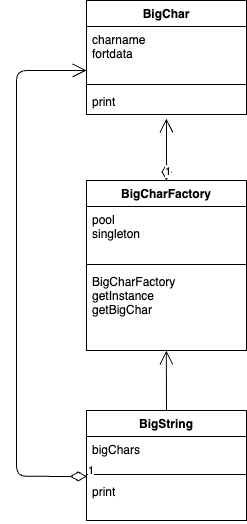
Earlier version of the draw.io export uml/drawio/fly_weight.drawio.png (naokikotani/design_pattern). Source tidied: cells renumbered, new cells last; positions are measured from the earlier drawing's top-left corner, leaving out a move shared by most shapes. The source it was exported from:
```xml
<mxGraphModel>
  <root>
    <mxCell id="0" />
    <mxCell id="1" parent="0" />
    <mxCell id="2" value="BigChar" style="swimlane;fontStyle=1;align=center;verticalAlign=top;horizontal=1;startSize=26;" parent="1" vertex="1">
      <mxGeometry x="70" width="160" height="114" as="geometry" />
    </mxCell>
    <mxCell id="3" value="charname&#10;fortdata" style="text;strokeColor=none;fillColor=none;align=left;verticalAlign=top;spacingLeft=4;spacingRight=4;overflow=hidden;" parent="2" vertex="1">
      <mxGeometry y="26" width="160" height="54" as="geometry" />
    </mxCell>
    <mxCell id="4" style="line;strokeWidth=1;fillColor=none;align=left;verticalAlign=middle;spacingTop=-1;spacingLeft=3;spacingRight=3;labelPosition=right;strokeColor=inherit;" parent="2" vertex="1">
      <mxGeometry y="80" width="160" height="8" as="geometry" />
    </mxCell>
    <mxCell id="5" value="print" style="text;strokeColor=none;fillColor=none;align=left;verticalAlign=top;spacingLeft=4;spacingRight=4;overflow=hidden;points=[[0,0.5],[1,0.5]];portConstraint=eastwest;" parent="2" vertex="1">
      <mxGeometry y="88" width="160" height="26" as="geometry" />
    </mxCell>
    <mxCell id="6" value="BigCharFactory" style="swimlane;fontStyle=1;align=center;verticalAlign=top;horizontal=1;startSize=26;" parent="1" vertex="1">
      <mxGeometry x="70" y="180" width="160" height="170" as="geometry" />
    </mxCell>
    <mxCell id="7" value="pool&#10;singleton" style="text;strokeColor=none;fillColor=none;align=left;verticalAlign=top;spacingLeft=4;spacingRight=4;overflow=hidden;" parent="6" vertex="1">
      <mxGeometry y="26" width="160" height="54" as="geometry" />
    </mxCell>
    <mxCell id="8" style="line;strokeWidth=1;fillColor=none;align=left;verticalAlign=middle;spacingTop=-1;spacingLeft=3;spacingRight=3;labelPosition=right;strokeColor=inherit;" parent="6" vertex="1">
      <mxGeometry y="80" width="160" height="8" as="geometry" />
    </mxCell>
    <mxCell id="9" value="BigCharFactory&#10;getInstance&#10;getBigChar" style="text;strokeColor=none;fillColor=none;align=left;verticalAlign=top;spacingLeft=4;spacingRight=4;overflow=hidden;points=[[0,0.5],[1,0.5]];portConstraint=eastwest;" parent="6" vertex="1">
      <mxGeometry y="88" width="160" height="82" as="geometry" />
    </mxCell>
    <mxCell id="10" value="1" style="endArrow=open;html=1;endSize=12;startArrow=diamondThin;startSize=14;startFill=0;edgeStyle=orthogonalEdgeStyle;align=left;verticalAlign=bottom;exitX=0.5;exitY=0;exitDx=0;exitDy=0;entryX=0.499;entryY=1.151;entryDx=0;entryDy=0;entryPerimeter=0;" parent="1" edge="1" source="6" target="5">
      <mxGeometry x="-1" y="3" relative="1" as="geometry">
        <Array as="points">
          <mxPoint x="150" y="140" />
          <mxPoint x="150" y="140" />
        </Array>
      </mxGeometry>
    </mxCell>
    <mxCell id="11" value="BigString" style="swimlane;fontStyle=1;align=center;verticalAlign=top;horizontal=1;startSize=26;" parent="1" vertex="1">
      <mxGeometry x="70" y="410" width="160" height="110" as="geometry" />
    </mxCell>
    <mxCell id="12" value="bigChars" style="text;strokeColor=none;fillColor=none;align=left;verticalAlign=top;spacingLeft=4;spacingRight=4;overflow=hidden;points=[[0,0.5],[1,0.5]];portConstraint=eastwest;" parent="11" vertex="1">
      <mxGeometry y="26" width="160" height="34" as="geometry" />
    </mxCell>
    <mxCell id="13" style="line;strokeWidth=1;fillColor=none;align=left;verticalAlign=middle;spacingTop=-1;spacingLeft=3;spacingRight=3;labelPosition=right;strokeColor=inherit;" parent="11" vertex="1">
      <mxGeometry y="60" width="160" height="8" as="geometry" />
    </mxCell>
    <mxCell id="14" value="print" style="text;strokeColor=none;fillColor=none;align=left;verticalAlign=top;spacingLeft=4;spacingRight=4;overflow=hidden;points=[[0,0.5],[1,0.5]];portConstraint=eastwest;" parent="11" vertex="1">
      <mxGeometry y="68" width="160" height="42" as="geometry" />
    </mxCell>
    <mxCell id="15" style="endArrow=open;endFill=1;endSize=12;html=1;exitX=0.5;exitY=0;exitDx=0;exitDy=0;entryX=0.499;entryY=1.001;entryDx=0;entryDy=0;entryPerimeter=0;" parent="1" edge="1" source="11" target="9">
      <mxGeometry relative="1" as="geometry" />
    </mxCell>
    <mxCell id="16" value="1" style="endArrow=open;html=1;endSize=12;startArrow=diamondThin;startSize=14;startFill=0;edgeStyle=orthogonalEdgeStyle;align=left;verticalAlign=bottom;exitX=0.002;exitY=-0.05;exitDx=0;exitDy=0;exitPerimeter=0;" parent="1" edge="1" source="14">
      <mxGeometry x="-1" y="3" relative="1" as="geometry">
        <mxPoint x="70" y="70" as="targetPoint" />
        <Array as="points">
          <mxPoint y="476" />
          <mxPoint y="70" />
        </Array>
      </mxGeometry>
    </mxCell>
  </root>
</mxGraphModel>
```
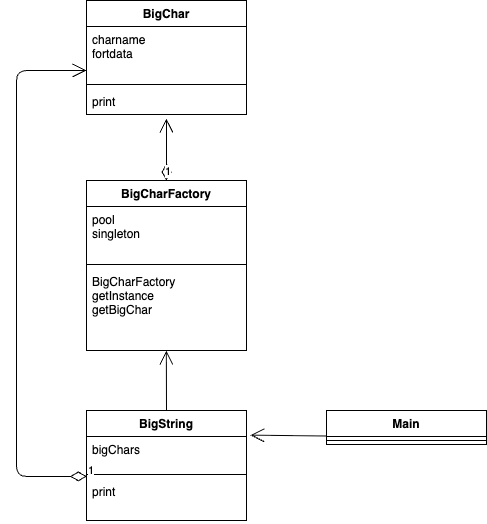
After the commit.

What changed in the source:
```diff
@@ -58,5 +58,14 @@
         </Array>
       </mxGeometry>
     </mxCell>
+    <mxCell id="17" value="Main" style="swimlane;fontStyle=1;align=center;verticalAlign=top;horizontal=1;startSize=26;" parent="1" vertex="1">
+      <mxGeometry x="310" y="410" width="160" height="34" as="geometry" />
+    </mxCell>
+    <mxCell id="18" style="line;strokeWidth=1;fillColor=none;align=left;verticalAlign=middle;spacingTop=-1;spacingLeft=3;spacingRight=3;labelPosition=right;strokeColor=inherit;" parent="17" vertex="1">
+      <mxGeometry y="26" width="160" height="8" as="geometry" />
+    </mxCell>
+    <mxCell id="19" style="endArrow=open;endFill=1;endSize=12;html=1;exitX=0;exitY=0.75;exitDx=0;exitDy=0;entryX=1.024;entryY=-0.04;entryDx=0;entryDy=0;entryPerimeter=0;" parent="1" edge="1" source="17" target="12">
+      <mxGeometry relative="1" as="geometry" />
+    </mxCell>
   </root>
 </mxGraphModel>
```
